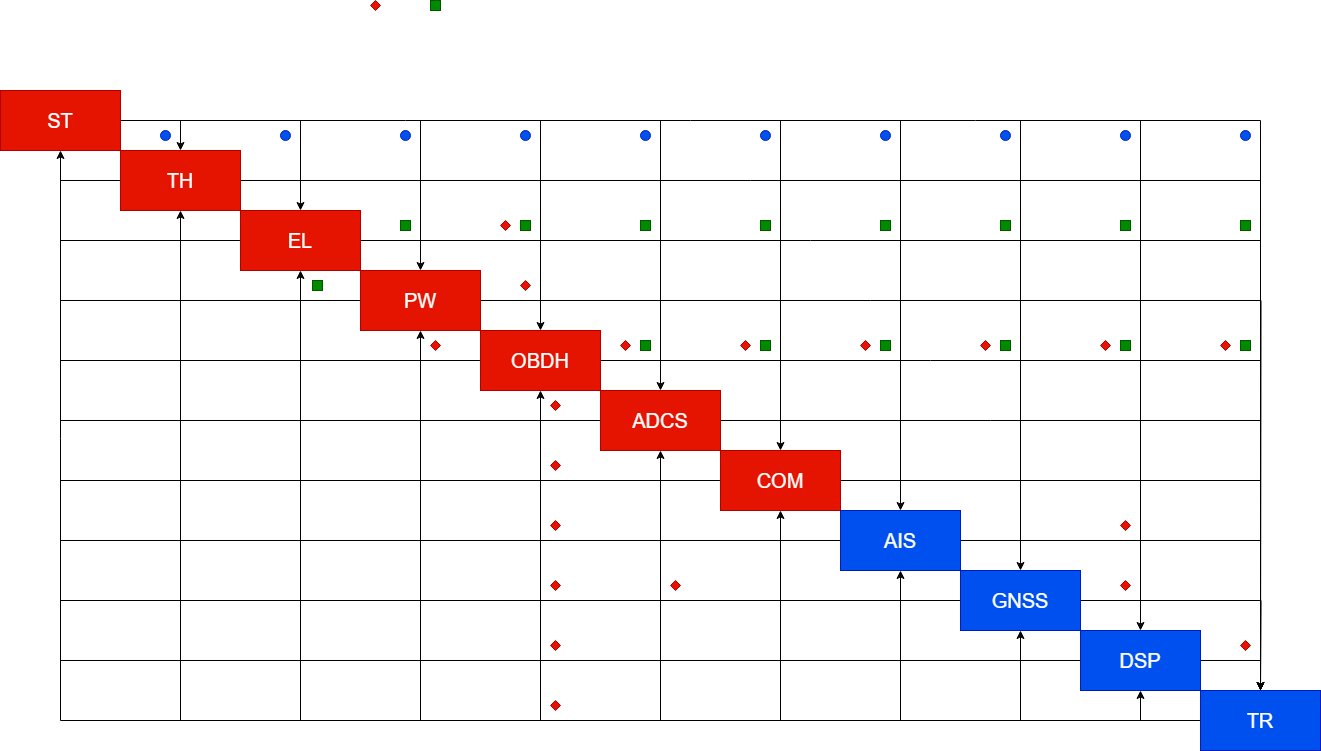
javijnb/LPRO_diagrams keeps this draw.io diagram as interfaces.drawio.png. Above is the earlier version. Source tidied: cells renumbered, new cells last; positions are measured from the earlier drawing's top-left corner, leaving out a move shared by most shapes.
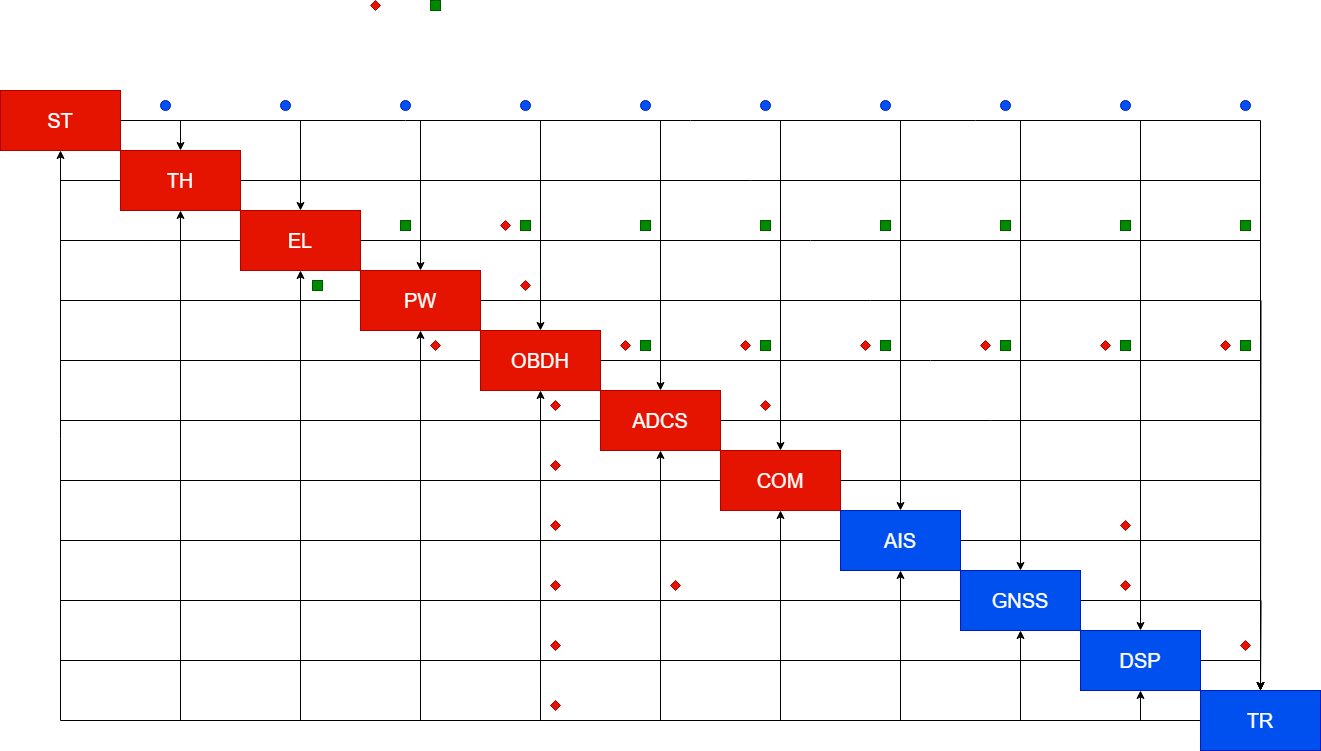
Above is the later version.

Change to the diagram source:
```diff
@@ -190,7 +190,7 @@
       <mxGeometry x="1200" y="690" width="120" height="60" as="geometry" />
     </mxCell>
     <mxCell id="51" style="ellipse;whiteSpace=wrap;html=1;fillColor=#0050ef;fontColor=#ffffff;strokeColor=#001DBC;" parent="1" vertex="1">
-      <mxGeometry x="160" y="130" width="10" height="10" as="geometry" />
+      <mxGeometry x="160" y="100" width="10" height="10" as="geometry" />
     </mxCell>
     <mxCell id="52" style="rhombus;whiteSpace=wrap;html=1;fillColor=#e51400;fontColor=#ffffff;strokeColor=#B20000;" parent="1" vertex="1">
       <mxGeometry x="370" width="10" height="10" as="geometry" />
@@ -199,31 +199,31 @@
       <mxGeometry x="430" width="10" height="10" as="geometry" />
     </mxCell>
     <mxCell id="54" style="ellipse;whiteSpace=wrap;html=1;fillColor=#0050ef;fontColor=#ffffff;strokeColor=#001DBC;" parent="1" vertex="1">
-      <mxGeometry x="280" y="130" width="10" height="10" as="geometry" />
+      <mxGeometry x="280" y="100" width="10" height="10" as="geometry" />
     </mxCell>
     <mxCell id="55" style="ellipse;whiteSpace=wrap;html=1;fillColor=#0050ef;fontColor=#ffffff;strokeColor=#001DBC;" parent="1" vertex="1">
-      <mxGeometry x="400" y="130" width="10" height="10" as="geometry" />
+      <mxGeometry x="400" y="100" width="10" height="10" as="geometry" />
     </mxCell>
     <mxCell id="56" style="ellipse;whiteSpace=wrap;html=1;fillColor=#0050ef;fontColor=#ffffff;strokeColor=#001DBC;" parent="1" vertex="1">
-      <mxGeometry x="520" y="130" width="10" height="10" as="geometry" />
+      <mxGeometry x="520" y="100" width="10" height="10" as="geometry" />
     </mxCell>
     <mxCell id="57" style="ellipse;whiteSpace=wrap;html=1;fillColor=#0050ef;fontColor=#ffffff;strokeColor=#001DBC;" parent="1" vertex="1">
-      <mxGeometry x="640" y="130" width="10" height="10" as="geometry" />
+      <mxGeometry x="640" y="100" width="10" height="10" as="geometry" />
     </mxCell>
     <mxCell id="58" style="ellipse;whiteSpace=wrap;html=1;fillColor=#0050ef;fontColor=#ffffff;strokeColor=#001DBC;" parent="1" vertex="1">
-      <mxGeometry x="760" y="130" width="10" height="10" as="geometry" />
+      <mxGeometry x="760" y="100" width="10" height="10" as="geometry" />
     </mxCell>
     <mxCell id="59" style="ellipse;whiteSpace=wrap;html=1;fillColor=#0050ef;fontColor=#ffffff;strokeColor=#001DBC;" parent="1" vertex="1">
-      <mxGeometry x="880" y="130" width="10" height="10" as="geometry" />
+      <mxGeometry x="880" y="100" width="10" height="10" as="geometry" />
     </mxCell>
     <mxCell id="60" style="ellipse;whiteSpace=wrap;html=1;fillColor=#0050ef;fontColor=#ffffff;strokeColor=#001DBC;" parent="1" vertex="1">
-      <mxGeometry x="1000" y="130" width="10" height="10" as="geometry" />
+      <mxGeometry x="1000" y="100" width="10" height="10" as="geometry" />
     </mxCell>
     <mxCell id="61" style="ellipse;whiteSpace=wrap;html=1;fillColor=#0050ef;fontColor=#ffffff;strokeColor=#001DBC;" parent="1" vertex="1">
-      <mxGeometry x="1120" y="130" width="10" height="10" as="geometry" />
+      <mxGeometry x="1120" y="100" width="10" height="10" as="geometry" />
     </mxCell>
     <mxCell id="62" style="ellipse;whiteSpace=wrap;html=1;fillColor=#0050ef;fontColor=#ffffff;strokeColor=#001DBC;" parent="1" vertex="1">
-      <mxGeometry x="1240" y="130" width="10" height="10" as="geometry" />
+      <mxGeometry x="1240" y="100" width="10" height="10" as="geometry" />
     </mxCell>
     <mxCell id="63" style="whiteSpace=wrap;html=1;fillColor=#008a00;fontColor=#ffffff;strokeColor=#005700;" parent="1" vertex="1">
       <mxGeometry x="400" y="220" width="10" height="10" as="geometry" />
@@ -327,5 +327,8 @@
     <mxCell id="96" style="rhombus;whiteSpace=wrap;html=1;fillColor=#e51400;fontColor=#ffffff;strokeColor=#B20000;" parent="1" vertex="1">
       <mxGeometry x="670" y="580" width="10" height="10" as="geometry" />
     </mxCell>
+    <mxCell id="97" style="rhombus;whiteSpace=wrap;html=1;fillColor=#e51400;fontColor=#ffffff;strokeColor=#B20000;" parent="1" vertex="1">
+      <mxGeometry x="760" y="400" width="10" height="10" as="geometry" />
+    </mxCell>
   </root>
 </mxGraphModel>
```
